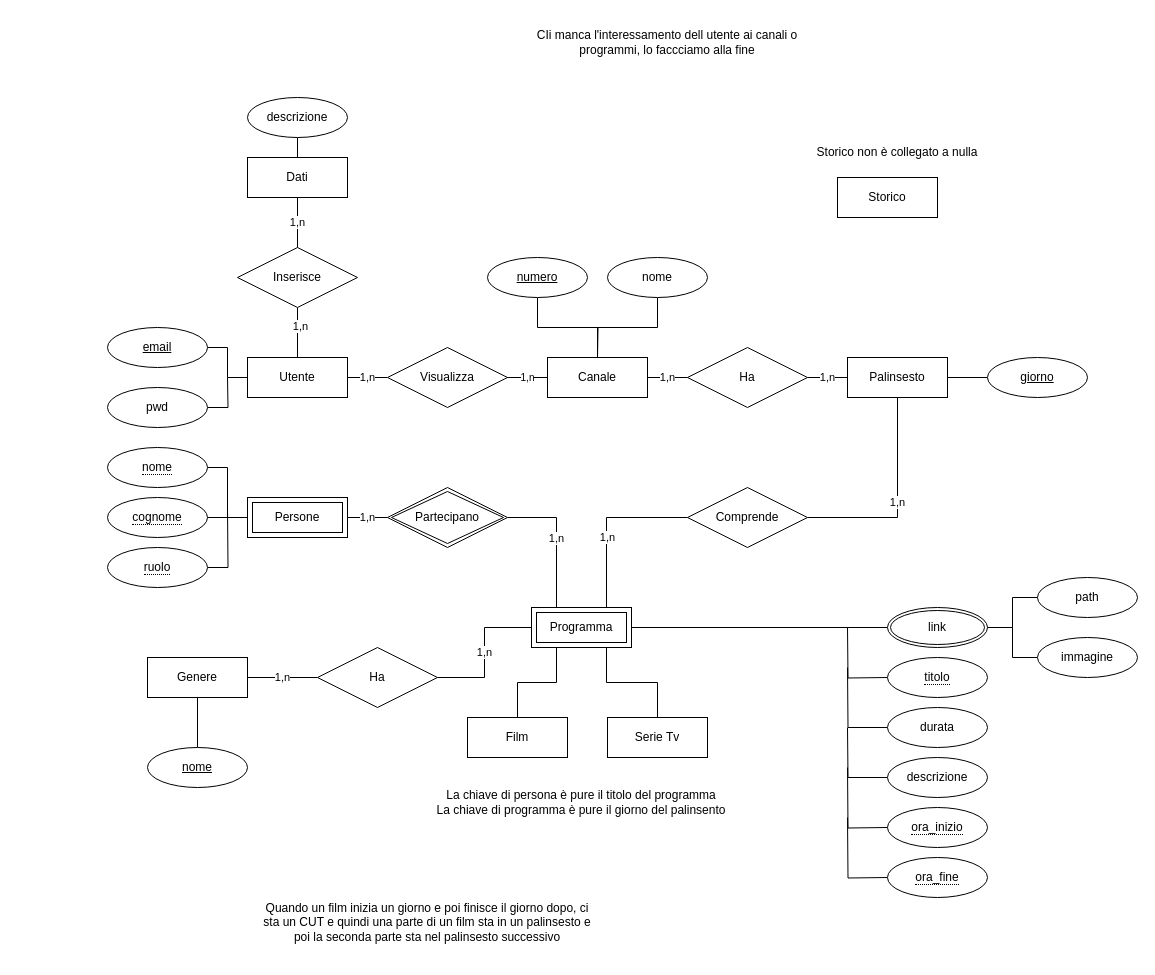
Caprielos/Lbd keeps this draw.io diagram as page "Primo" (1 of 4) of Diagramma/Er_GuidaTv.drawio. Above is the earlier version. Source tidied: cells renumbered, new cells numbered last; positions are measured from the earlier drawing's top-left corner, leaving out a move shared by most shapes. Both pictures are drawn from the tidied source at 100%, with x=0, y=0 at pixel (107, 17).
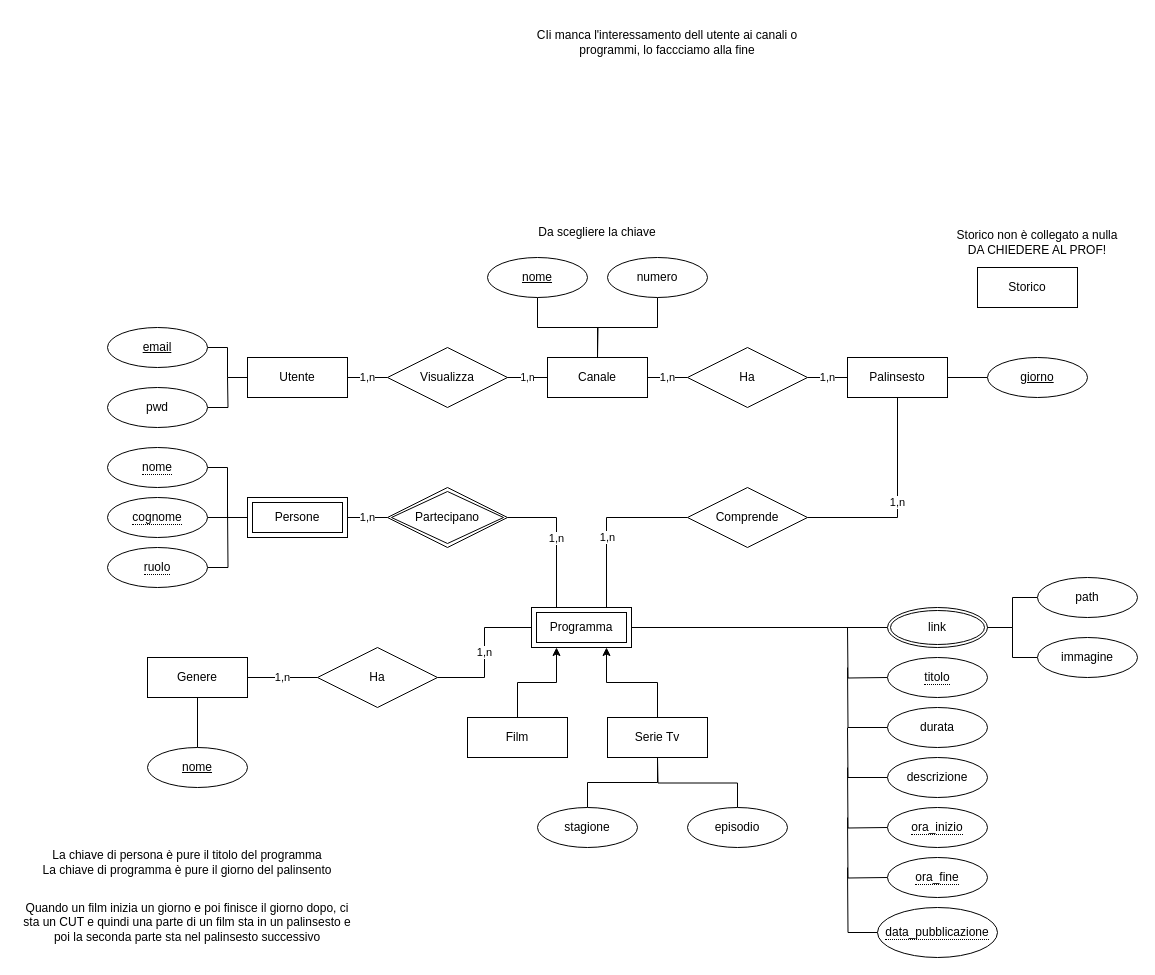
After the change.

The change refers to these unchanged cells:
```xml
<mxCell id="3" value="Utente" style="whiteSpace=wrap;html=1;align=center;" parent="1" vertex="1">
  <mxGeometry x="140" y="340" width="100" height="40" as="geometry" />
</mxCell>
<mxCell id="27" value="Programma" style="shape=ext;margin=3;double=1;whiteSpace=wrap;html=1;align=center;" parent="1" vertex="1">
  <mxGeometry x="424" y="590" width="100" height="40" as="geometry" />
</mxCell>
<mxCell id="64" value="Serie Tv" style="whiteSpace=wrap;html=1;align=center;" parent="1" vertex="1">
  <mxGeometry x="500" y="700" width="100" height="40" as="geometry" />
</mxCell>
<mxCell id="66" value="Film" style="whiteSpace=wrap;html=1;align=center;" parent="1" vertex="1">
  <mxGeometry x="360" y="700" width="100" height="40" as="geometry" />
</mxCell>
```

Change to the diagram source:
```diff
@@
-    <mxCell id="20" value="numero" style="ellipse;whiteSpace=wrap;html=1;align=center;fontStyle=4;" parent="1" vertex="1">
+    <mxCell id="20" value="nome" style="ellipse;whiteSpace=wrap;html=1;align=center;fontStyle=4;" parent="1" vertex="1">
       <mxGeometry x="380" y="240" width="100" height="40" as="geometry" />
     </mxCell>
@@
-    <mxCell id="22" value="nome" style="ellipse;whiteSpace=wrap;html=1;align=center;" parent="1" vertex="1">
+    <mxCell id="22" value="numero" style="ellipse;whiteSpace=wrap;html=1;align=center;" parent="1" vertex="1">
       <mxGeometry x="500" y="240" width="100" height="40" as="geometry" />
     </mxCell>
@@
-    <mxCell id="55" style="edgeStyle=orthogonalEdgeStyle;rounded=0;jettySize=auto;html=1;exitX=0.5;exitY=1;exitDx=0;exitDy=0;entryX=0.5;entryY=0;entryDx=0;entryDy=0;endArrow=none;endFill=0;" parent="1" edge="1" source="57" target="3">
-      <mxGeometry relative="1" as="geometry" />
-    </mxCell>
-    <mxCell id="56" value="1,n" style="edgeLabel;html=1;align=center;verticalAlign=middle;" parent="55" vertex="1">
-      <mxGeometry x="-0.29" y="2" relative="1" as="geometry" />
-    </mxCell>
-    <mxCell id="57" value="Inserisce" style="shape=rhombus;perimeter=rhombusPerimeter;whiteSpace=wrap;html=1;align=center;" parent="1" vertex="1">
-      <mxGeometry x="130" y="230" width="120" height="60" as="geometry" />
-    </mxCell>
-    <mxCell id="58" value="1,n" style="edgeStyle=orthogonalEdgeStyle;rounded=0;jettySize=auto;html=1;exitX=0.5;exitY=1;exitDx=0;exitDy=0;entryX=0.5;entryY=0;entryDx=0;entryDy=0;endArrow=none;endFill=0;" parent="1" edge="1" source="59" target="57">
-      <mxGeometry relative="1" as="geometry" />
-    </mxCell>
-    <mxCell id="59" value="Dati" style="whiteSpace=wrap;html=1;align=center;" parent="1" vertex="1">
-      <mxGeometry x="140" y="140" width="100" height="40" as="geometry" />
-    </mxCell>
     <mxCell id="60" value="Storico" style="whiteSpace=wrap;html=1;align=center;" parent="1" vertex="1">
-      <mxGeometry x="730" y="160" width="100" height="40" as="geometry" />
+      <mxGeometry x="870" y="250" width="100" height="40" as="geometry" />
     </mxCell>
-    <mxCell id="61" value="Storico non è collegato a nulla" style="text;html=1;strokeColor=none;fillColor=none;align=center;verticalAlign=middle;whiteSpace=wrap;rounded=0;" parent="1" vertex="1">
-      <mxGeometry x="690" y="120" width="200" height="30" as="geometry" />
+    <mxCell id="61" value="Storico non è collegato a nulla&lt;br&gt;DA CHIEDERE AL PROF!" style="text;html=1;strokeColor=none;fillColor=none;align=center;verticalAlign=middle;whiteSpace=wrap;rounded=0;" parent="1" vertex="1">
+      <mxGeometry x="830" y="210" width="200" height="30" as="geometry" />
     </mxCell>
     <mxCell id="62" value="La chiave di persona è pure il titolo del programma&lt;br&gt;La chiave di programma è pure il giorno del palinsento" style="text;html=1;strokeColor=none;fillColor=none;align=center;verticalAlign=middle;whiteSpace=wrap;rounded=0;fontColor=#000000;" parent="1" vertex="1">
-      <mxGeometry x="314" y="760" width="320" height="50" as="geometry" />
+      <mxGeometry x="-80" y="820" width="320" height="50" as="geometry" />
     </mxCell>
-    <mxCell id="63" style="edgeStyle=orthogonalEdgeStyle;rounded=0;jettySize=auto;html=1;exitX=0.5;exitY=0;exitDx=0;exitDy=0;entryX=0.75;entryY=1;entryDx=0;entryDy=0;endArrow=none;endFill=0;" parent="1" edge="1" source="64" target="27">
+    <mxCell id="63" style="edgeStyle=orthogonalEdgeStyle;rounded=0;jettySize=auto;html=1;exitX=0.5;exitY=0;exitDx=0;exitDy=0;entryX=0.75;entryY=1;entryDx=0;entryDy=0;endArrow=classic;endFill=1;" parent="1" edge="1" source="64" target="27">
       <mxGeometry relative="1" as="geometry" />
     </mxCell>
@@
-    <mxCell id="65" style="edgeStyle=orthogonalEdgeStyle;rounded=0;jettySize=auto;html=1;exitX=0.5;exitY=0;exitDx=0;exitDy=0;entryX=0.25;entryY=1;entryDx=0;entryDy=0;endArrow=none;endFill=0;" parent="1" edge="1" source="66" target="27">
+    <mxCell id="65" style="edgeStyle=orthogonalEdgeStyle;rounded=0;jettySize=auto;html=1;exitX=0.5;exitY=0;exitDx=0;exitDy=0;entryX=0.25;entryY=1;entryDx=0;entryDy=0;endArrow=classic;endFill=1;startArrow=none;startFill=0;" parent="1" edge="1" source="66" target="27">
       <mxGeometry relative="1" as="geometry" />
     </mxCell>
@@
     <mxCell id="70" value="Quando un film inizia un giorno e poi finisce il giorno dopo, ci sta un CUT e quindi una parte di un film sta in un palinsesto e poi la seconda parte sta nel palinsesto successivo" style="text;html=1;strokeColor=none;fillColor=none;align=center;verticalAlign=middle;whiteSpace=wrap;rounded=0;" parent="1" vertex="1">
-      <mxGeometry x="150" y="870" width="340" height="70" as="geometry" />
+      <mxGeometry x="-90" y="870" width="340" height="70" as="geometry" />
     </mxCell>
-    <mxCell id="71" style="edgeStyle=orthogonalEdgeStyle;rounded=0;jettySize=auto;html=1;endArrow=none;endFill=0;" parent="1" edge="1" source="72" target="59">
-      <mxGeometry relative="1" as="geometry" />
-    </mxCell>
-    <mxCell id="72" value="descrizione" style="ellipse;whiteSpace=wrap;html=1;align=center;" parent="1" vertex="1">
-      <mxGeometry x="140" y="80" width="100" height="40" as="geometry" />
-    </mxCell>
@@
+    <mxCell id="74" value="Da scegliere la chiave" style="text;html=1;strokeColor=none;fillColor=none;align=center;verticalAlign=middle;whiteSpace=wrap;rounded=0;" parent="1" vertex="1">
+      <mxGeometry x="390" y="200" width="200" height="30" as="geometry" />
+    </mxCell>
+    <mxCell id="75" style="edgeStyle=orthogonalEdgeStyle;rounded=0;jettySize=auto;html=1;exitX=0;exitY=0.5;exitDx=0;exitDy=0;endArrow=none;endFill=0;" parent="1" edge="1" source="76">
+      <mxGeometry relative="1" as="geometry">
+        <mxPoint x="740" y="850" as="targetPoint" />
+      </mxGeometry>
+    </mxCell>
+    <mxCell id="76" value="&lt;span style=&quot;border-bottom: 1px dotted&quot;&gt;data_pubblicazione&lt;/span&gt;" style="ellipse;whiteSpace=wrap;html=1;align=center;" parent="1" vertex="1">
+      <mxGeometry x="770" y="890" width="120" height="50" as="geometry" />
+    </mxCell>
+    <mxCell id="77" style="edgeStyle=orthogonalEdgeStyle;rounded=0;jettySize=auto;html=1;exitX=0.5;exitY=0;exitDx=0;exitDy=0;entryX=0.5;entryY=1;entryDx=0;entryDy=0;startArrow=none;startFill=0;endArrow=none;endFill=0;" parent="1" edge="1" source="78" target="64">
+      <mxGeometry relative="1" as="geometry" />
+    </mxCell>
+    <mxCell id="78" value="stagione" style="ellipse;whiteSpace=wrap;html=1;align=center;" parent="1" vertex="1">
+      <mxGeometry x="430" y="790" width="100" height="40" as="geometry" />
+    </mxCell>
+    <mxCell id="79" style="edgeStyle=orthogonalEdgeStyle;rounded=0;jettySize=auto;html=1;exitX=0.5;exitY=0;exitDx=0;exitDy=0;startArrow=none;startFill=0;endArrow=none;endFill=0;" parent="1" edge="1" source="80">
+      <mxGeometry relative="1" as="geometry">
+        <mxPoint x="550" y="740" as="targetPoint" />
+      </mxGeometry>
+    </mxCell>
+    <mxCell id="80" value="episodio" style="ellipse;whiteSpace=wrap;html=1;align=center;" parent="1" vertex="1">
+      <mxGeometry x="580" y="790" width="100" height="40" as="geometry" />
+    </mxCell>
```
